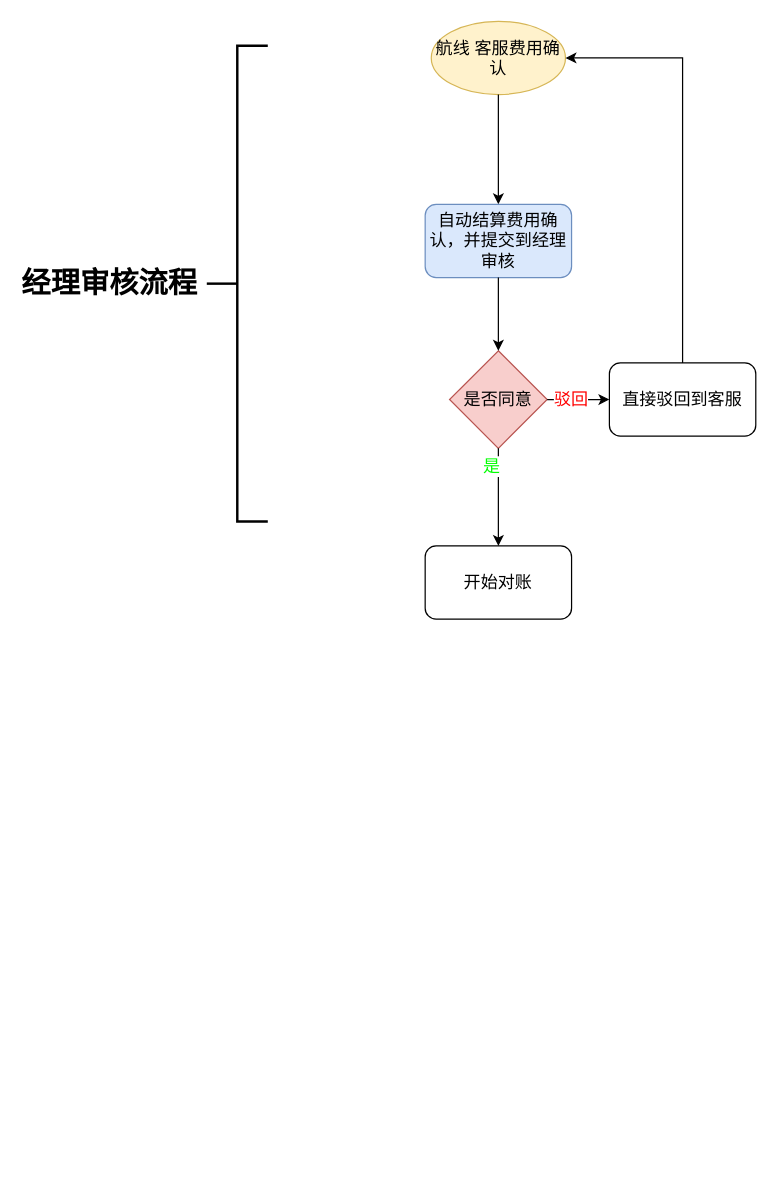
This is 未命名绘图.drawio from DiggingSteve/Flow, a draw.io file, before an edit. Source tidied: cells renumbered, new cells numbered last; positions are measured from the earlier drawing's top-left corner, leaving out a move shared by most shapes. Both pictures are drawn from the tidied source at 122%, with x=0, y=0 at pixel (48, 21).
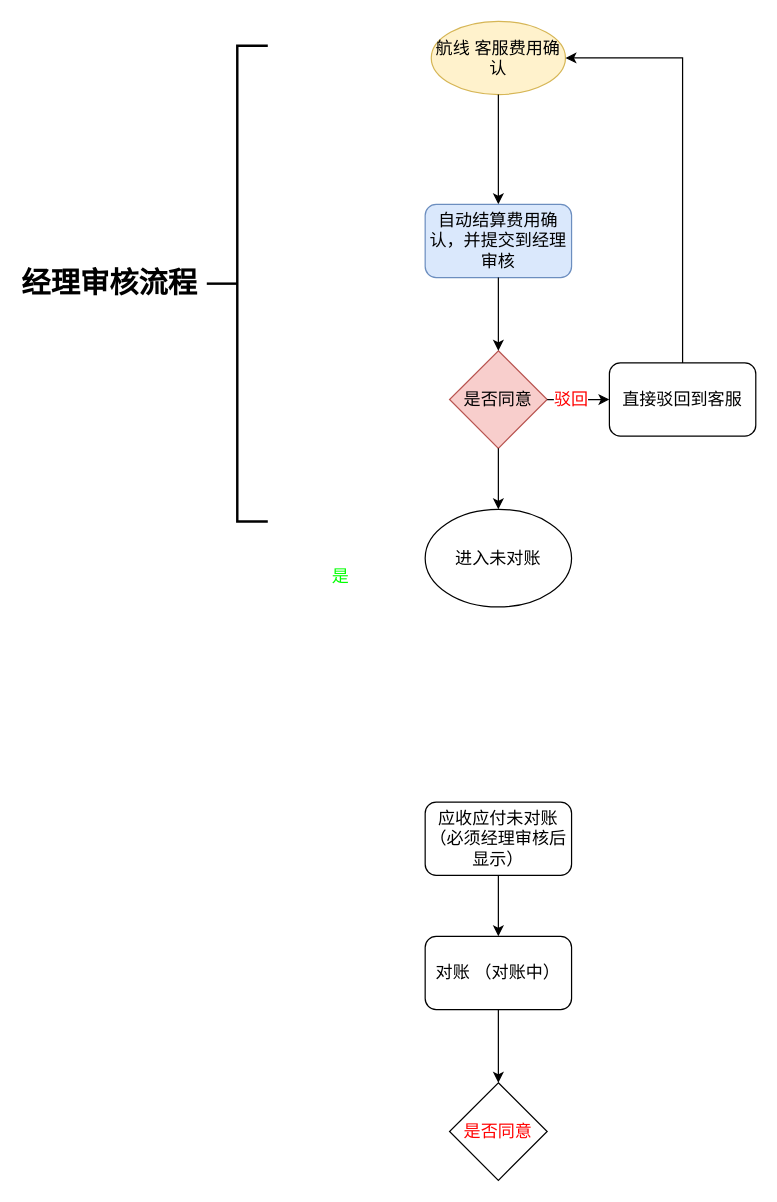
Above is the later version.

Commit message:
更新未命名绘图.drawio

Unchanged cells that the change refers to:
```xml
<mxCell id="6" value="是否同意" style="rhombus;whiteSpace=wrap;html=1;fillColor=#f8cecc;strokeColor=#b85450;fontSize=14;" parent="1" vertex="1">
  <mxGeometry x="329" y="270" width="80" height="80" as="geometry" />
</mxCell>
```

Diff of the diagram source:
```diff
@@
-    <mxCell id="4" value="开始对账" style="rounded=1;whiteSpace=wrap;html=1;fontSize=14;" parent="1" vertex="1">
-      <mxGeometry x="309" y="430" width="120" height="60" as="geometry" />
+    <mxCell id="4" value="应收应付未对账（必须经理审核后显示）" style="rounded=1;whiteSpace=wrap;html=1;fontSize=14;" parent="1" vertex="1">
+      <mxGeometry x="309" y="640" width="120" height="60" as="geometry" />
     </mxCell>
@@
-    <mxCell id="7" style="endArrow=classic;html=1;exitX=0.5;exitY=1;exitDx=0;exitDy=0;entryX=0.5;entryY=0;entryDx=0;entryDy=0;fontSize=14;" parent="1" edge="1" source="6" target="4">
-      <mxGeometry relative="1" as="geometry" />
-    </mxCell>
     <mxCell id="8" value="是" style="text;html=1;strokeColor=none;fillColor=none;align=center;verticalAlign=middle;whiteSpace=wrap;rounded=0;labelBackgroundColor=#ffffff;fontSize=14;fontColor=#00FF00;" parent="1" vertex="1">
-      <mxGeometry x="314" y="330" width="100" height="70" as="geometry" />
+      <mxGeometry x="190" y="420" width="100" height="70" as="geometry" />
     </mxCell>
@@
+    <mxCell id="16" value="&lt;font color=&quot;#000000&quot;&gt;对账 （对账中）&lt;/font&gt;" style="rounded=1;whiteSpace=wrap;html=1;labelBackgroundColor=#ffffff;fontSize=14;fontColor=#FF0000;" parent="1" vertex="1">
+      <mxGeometry x="309" y="750" width="120" height="60" as="geometry" />
+    </mxCell>
+    <mxCell id="17" value="是否同意" style="rhombus;whiteSpace=wrap;html=1;labelBackgroundColor=#ffffff;fontSize=14;fontColor=#FF0000;" parent="1" vertex="1">
+      <mxGeometry x="329" y="870" width="80" height="80" as="geometry" />
+    </mxCell>
+    <mxCell id="18" style="endArrow=classic;html=1;fontSize=14;fontColor=#FF0000;exitX=0.5;exitY=1;exitDx=0;exitDy=0;" parent="1" edge="1" source="4" target="16">
+      <mxGeometry relative="1" as="geometry" />
+    </mxCell>
+    <mxCell id="19" style="endArrow=classic;html=1;fontSize=14;fontColor=#FF0000;exitX=0.5;exitY=1;exitDx=0;exitDy=0;" parent="1" edge="1" source="16" target="17">
+      <mxGeometry relative="1" as="geometry" />
+    </mxCell>
+    <mxCell id="20" style="endArrow=classic;html=1;fontSize=14;fontColor=#FF0000;exitX=0.5;exitY=1;exitDx=0;exitDy=0;" parent="1" edge="1" source="6">
+      <mxGeometry relative="1" as="geometry">
+        <mxPoint x="369" y="400" as="targetPoint" />
+      </mxGeometry>
+    </mxCell>
+    <mxCell id="21" value="&lt;font color=&quot;#000000&quot;&gt;进入未对账&lt;/font&gt;" style="ellipse;whiteSpace=wrap;html=1;labelBackgroundColor=#ffffff;fontSize=14;fontColor=#FF0000;" parent="1" vertex="1">
+      <mxGeometry x="309" y="400" width="120" height="80" as="geometry" />
+    </mxCell>
```
